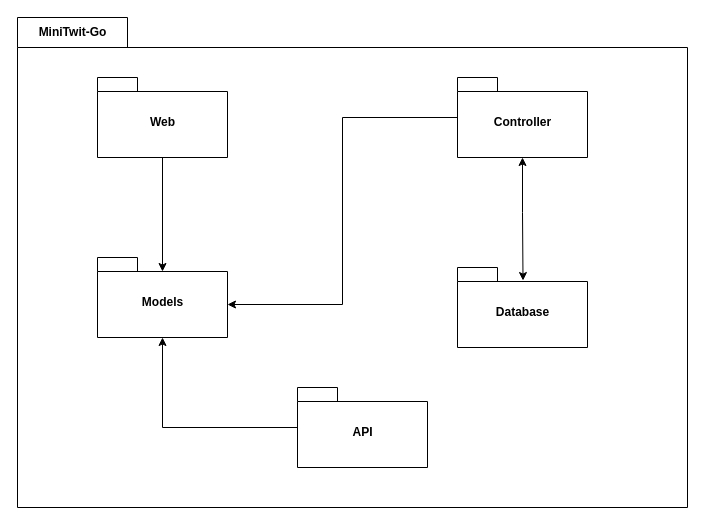
The draw.io diagram Drawio/architecture.drawio in ITU-DevOps-N/go-minitwit, before the edit. Source tidied: cells renumbered, new cells numbered last; positions are measured from the earlier drawing's top-left corner, leaving out a move shared by most shapes. Both pictures are drawn from the tidied source at 100%, with x=0, y=0 at pixel (17, 17).
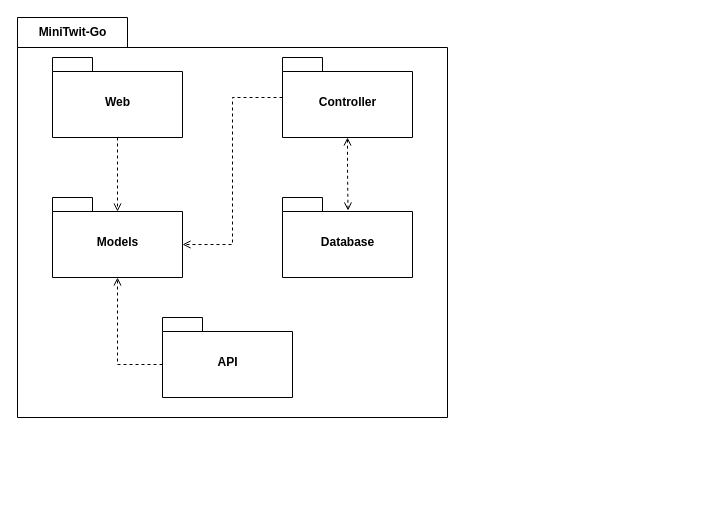
The same diagram, later.

Commit message:
updated lines between packages

Change to the diagram source:
```diff
@@
 <mxGraphModel>
   <root>
     <mxCell id="0" />
     <mxCell id="1" parent="0" />
     <mxCell id="2" value="MiniTwit-Go" style="shape=folder;fontStyle=1;tabWidth=110;tabHeight=30;tabPosition=left;html=1;boundedLbl=1;labelInHeader=1;fillColor=none;" parent="1" vertex="1">
-      <mxGeometry width="670" height="490" as="geometry" />
+      <mxGeometry width="430" height="400" as="geometry" />
     </mxCell>
     <mxCell id="3" style="html=1;strokeColor=none;fillColor=none;" parent="2" vertex="1">
-      <mxGeometry width="670" height="343" relative="1" as="geometry">
+      <mxGeometry width="430" height="280" relative="1" as="geometry">
         <mxPoint y="30" as="offset" />
       </mxGeometry>
     </mxCell>
-    <mxCell id="4" style="edgeStyle=orthogonalEdgeStyle;rounded=0;jettySize=auto;html=1;entryX=0.5;entryY=0.175;entryDx=0;entryDy=0;entryPerimeter=0;startArrow=none;startFill=0;" parent="2" edge="1" source="5" target="6">
-      <mxGeometry relative="1" as="geometry" />
-    </mxCell>
     <mxCell id="5" value="Web" style="shape=folder;fontStyle=1;spacingTop=10;tabWidth=40;tabHeight=14;tabPosition=left;html=1;fillColor=none;" parent="2" vertex="1">
-      <mxGeometry x="80" y="60" width="130" height="80" as="geometry" />
+      <mxGeometry x="35" y="40" width="130" height="80" as="geometry" />
     </mxCell>
     <mxCell id="6" value="Models" style="shape=folder;fontStyle=1;spacingTop=10;tabWidth=40;tabHeight=14;tabPosition=left;html=1;fillColor=none;" parent="2" vertex="1">
-      <mxGeometry x="80" y="240" width="130" height="80" as="geometry" />
+      <mxGeometry x="35" y="180" width="130" height="80" as="geometry" />
     </mxCell>
+    <mxCell id="4" style="edgeStyle=orthogonalEdgeStyle;rounded=0;jettySize=auto;html=1;entryX=0.5;entryY=0.175;entryDx=0;entryDy=0;entryPerimeter=0;startArrow=none;startFill=0;dashed=1;endArrow=open;endFill=0;" parent="2" edge="1" source="5" target="6">
+      <mxGeometry relative="1" as="geometry" />
+    </mxCell>
     <mxCell id="7" value="Database" style="shape=folder;fontStyle=1;spacingTop=10;tabWidth=40;tabHeight=14;tabPosition=left;html=1;fillColor=none;" parent="2" vertex="1">
-      <mxGeometry x="440" y="250" width="130" height="80" as="geometry" />
+      <mxGeometry x="265" y="180" width="130" height="80" as="geometry" />
     </mxCell>
-    <mxCell id="8" style="edgeStyle=orthogonalEdgeStyle;rounded=0;jettySize=auto;html=1;entryX=0.504;entryY=0.163;entryDx=0;entryDy=0;entryPerimeter=0;startArrow=classic;startFill=1;" parent="2" edge="1" source="10" target="7">
+    <mxCell id="8" style="edgeStyle=orthogonalEdgeStyle;rounded=0;jettySize=auto;html=1;entryX=0.504;entryY=0.163;entryDx=0;entryDy=0;entryPerimeter=0;startArrow=open;startFill=0;dashed=1;endArrow=open;endFill=0;" parent="2" edge="1" source="10" target="7">
       <mxGeometry relative="1" as="geometry" />
     </mxCell>
-    <mxCell id="9" style="edgeStyle=orthogonalEdgeStyle;rounded=0;jettySize=auto;html=1;entryX=0;entryY=0;entryDx=130;entryDy=47;entryPerimeter=0;" parent="2" edge="1" source="10" target="6">
+    <mxCell id="9" style="edgeStyle=orthogonalEdgeStyle;rounded=0;jettySize=auto;html=1;entryX=0;entryY=0;entryDx=130;entryDy=47;entryPerimeter=0;endArrow=open;endFill=0;dashed=1;" parent="2" edge="1" source="10" target="6">
       <mxGeometry relative="1" as="geometry" />
     </mxCell>
     <mxCell id="10" value="Controller" style="shape=folder;fontStyle=1;spacingTop=10;tabWidth=40;tabHeight=14;tabPosition=left;html=1;fillColor=none;" parent="2" vertex="1">
-      <mxGeometry x="440" y="60" width="130" height="80" as="geometry" />
+      <mxGeometry x="265" y="40" width="130" height="80" as="geometry" />
     </mxCell>
-    <mxCell id="11" style="edgeStyle=orthogonalEdgeStyle;rounded=0;jettySize=auto;html=1;entryX=0.5;entryY=1;entryDx=0;entryDy=0;entryPerimeter=0;startArrow=none;startFill=0;" parent="2" edge="1" source="12" target="6">
+    <mxCell id="11" style="edgeStyle=orthogonalEdgeStyle;rounded=0;jettySize=auto;html=1;entryX=0.5;entryY=1;entryDx=0;entryDy=0;entryPerimeter=0;startArrow=none;startFill=0;exitX=0;exitY=0;exitDx=0;exitDy=47;exitPerimeter=0;dashed=1;endArrow=open;endFill=0;" parent="2" edge="1" source="12" target="6">
       <mxGeometry relative="1" as="geometry" />
     </mxCell>
     <mxCell id="12" value="API" style="shape=folder;fontStyle=1;spacingTop=10;tabWidth=40;tabHeight=14;tabPosition=left;html=1;fillColor=none;" parent="2" vertex="1">
-      <mxGeometry x="280" y="370" width="130" height="80" as="geometry" />
+      <mxGeometry x="145" y="300" width="130" height="80" as="geometry" />
     </mxCell>
   </root>
 </mxGraphModel>
```
